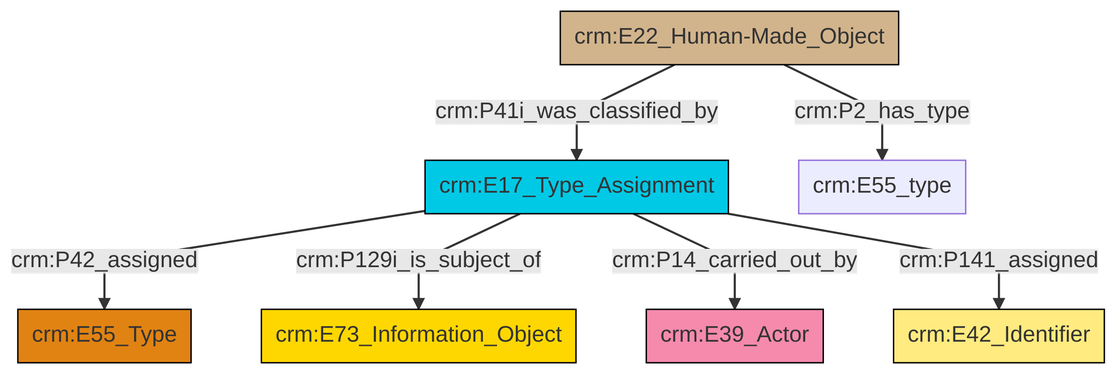
Earlier version of the Mermaid export et/builtWorkCSV/ttl/mmd/png/Built_Work_designation_status.png (swiss-art-research-net/docs.swissartresearch). Its source is kept beside it as et/builtWorkCSV/ttl/mmd/Built_Work_designation_status.ttl.mmd.
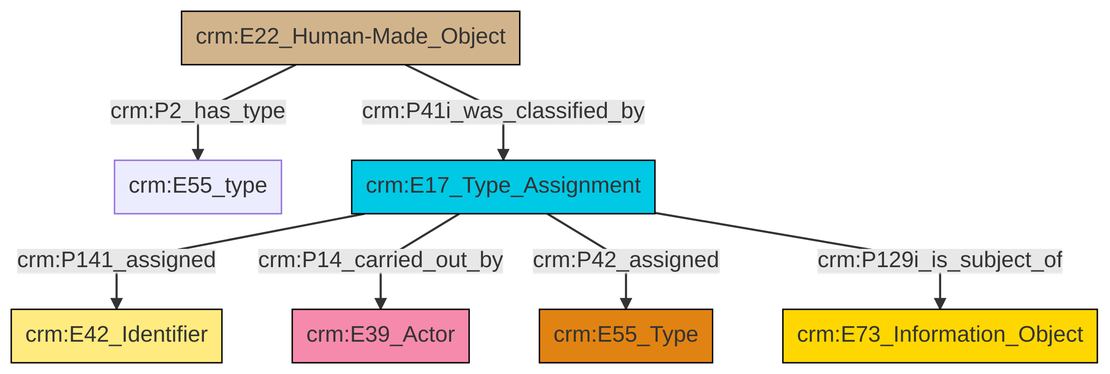
Later version of the same file.

Change to the diagram source:
```diff
@@ -13,9 +13,9 @@
 classDef PC_Classes fill:#4ce600, stroke:#000000;
 classDef Multi fill:#cccccc,stroke:#000000;
 
-2["crm:E22_Human-Made_Object"]:::Physical_Thing -->|crm:P2_has_type| 10["crm:E55_type"]:::Default
-6["crm:E17_Type_Assignment"]:::Temporal_Entity -->|crm:P42_assigned| 4["crm:E55_Type"]:::Type
+2["crm:E22_Human-Made_Object"]:::Physical_Thing -->|crm:P2_has_type| 3["crm:E55_type"]:::Default
+6["crm:E17_Type_Assignment"]:::Temporal_Entity -->|crm:P141_assigned| 0["crm:E42_Identifier"]:::Appellation
+6["crm:E17_Type_Assignment"]:::Temporal_Entity -->|crm:P14_carried_out_by| 9["crm:E39_Actor"]:::Actor
+6["crm:E17_Type_Assignment"]:::Temporal_Entity -->|crm:P42_assigned| 10["crm:E55_Type"]:::Type
 2["crm:E22_Human-Made_Object"]:::Physical_Thing -->|crm:P41i_was_classified_by| 6["crm:E17_Type_Assignment"]:::Temporal_Entity
-6["crm:E17_Type_Assignment"]:::Temporal_Entity -->|crm:P129i_is_subject_of| 8["crm:E73_Information_Object"]:::Conceptual_Object
-6["crm:E17_Type_Assignment"]:::Temporal_Entity -->|crm:P14_carried_out_by| 11["crm:E39_Actor"]:::Actor
-6["crm:E17_Type_Assignment"]:::Temporal_Entity -->|crm:P141_assigned| 0["crm:E42_Identifier"]:::Appellation
+6["crm:E17_Type_Assignment"]:::Temporal_Entity -->|crm:P129i_is_subject_of| 7["crm:E73_Information_Object"]:::Conceptual_Object
```
